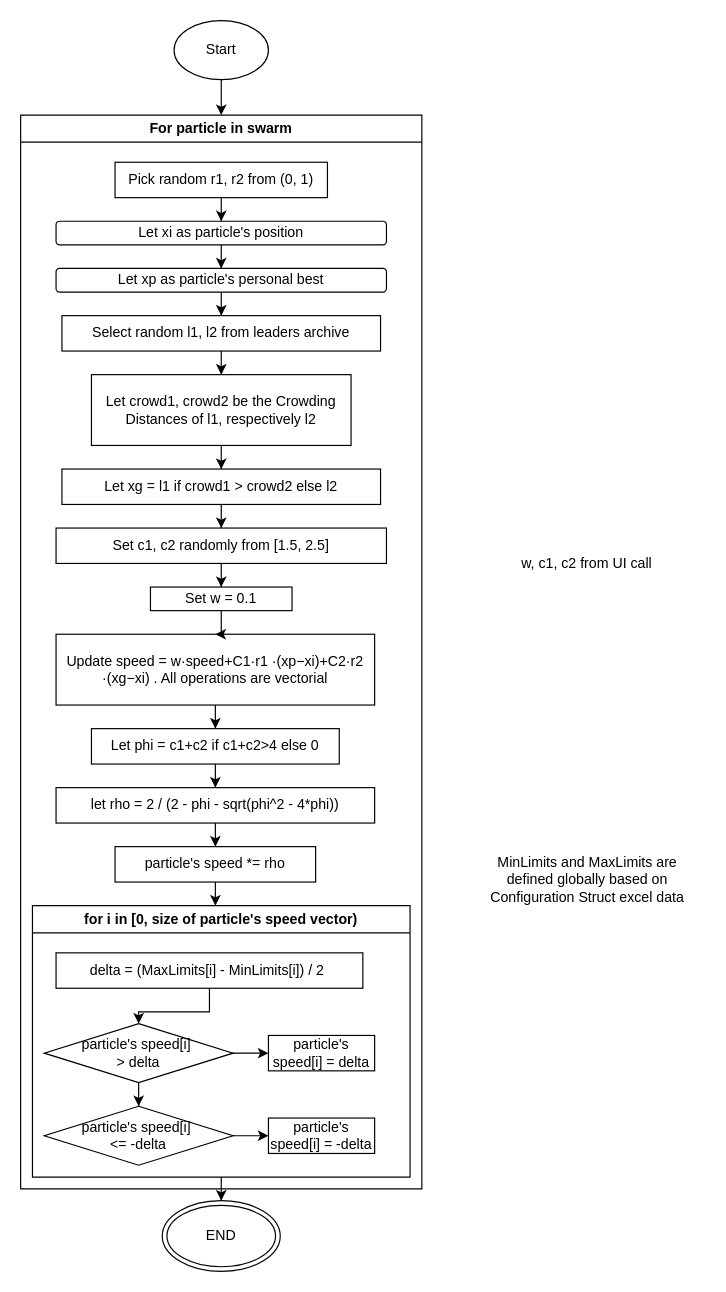
The draw.io diagram page "Update speeds of particles" (5 of 9) of scheme/Orchestrator SMPSO.drawio in R-a-d-u/PSATSimSimulation, before the edit. Source tidied: cells renumbered, new cells numbered last; positions are measured from the earlier drawing's top-left corner, leaving out a move shared by most shapes. Both pictures are drawn from the tidied source at 118%, with x=0, y=0 at pixel (20, 20).
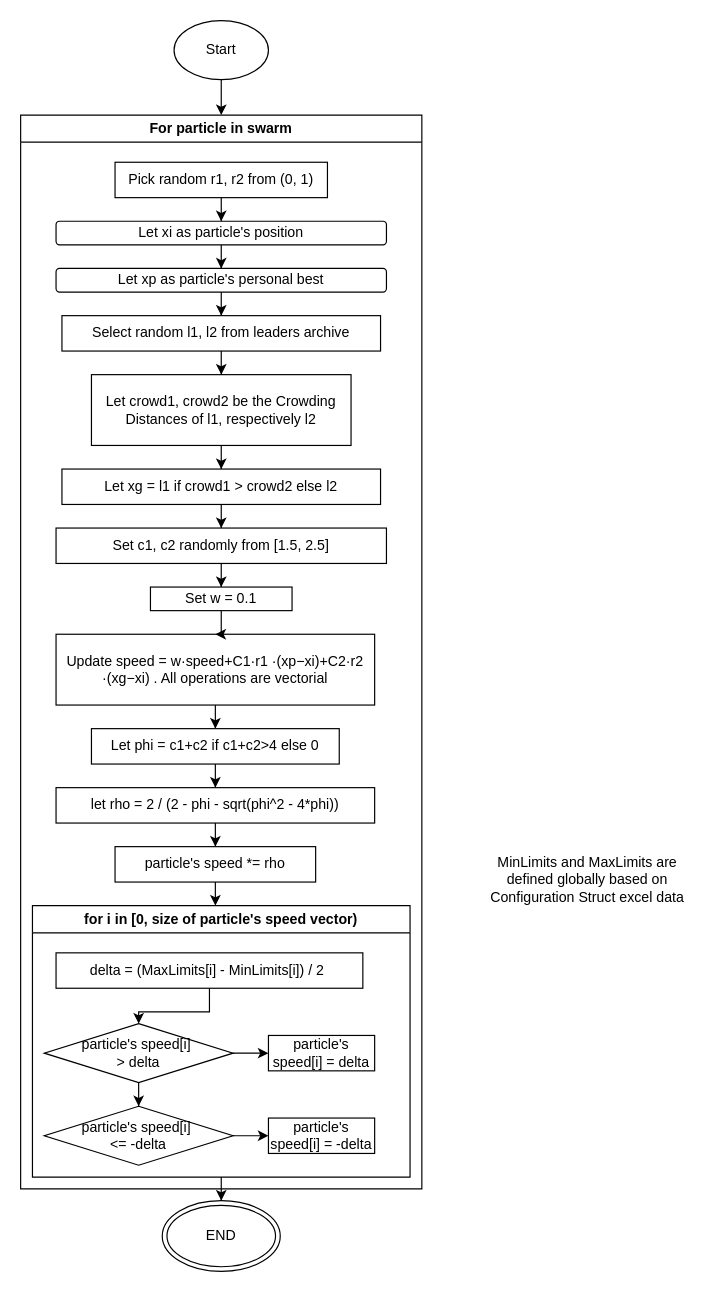
The same diagram, later.

Commit message (it also covers changes not shown here):
implemented SMPSO particle speed updating

The edit, as a diff of the source:
```diff
@@
-    <mxCell id="41" value="w, c1, c2 from UI call" style="text;html=1;align=center;verticalAlign=middle;whiteSpace=wrap;rounded=0;" parent="1" vertex="1">
-      <mxGeometry x="380" y="445" width="200" height="30" as="geometry" />
-    </mxCell>
```
